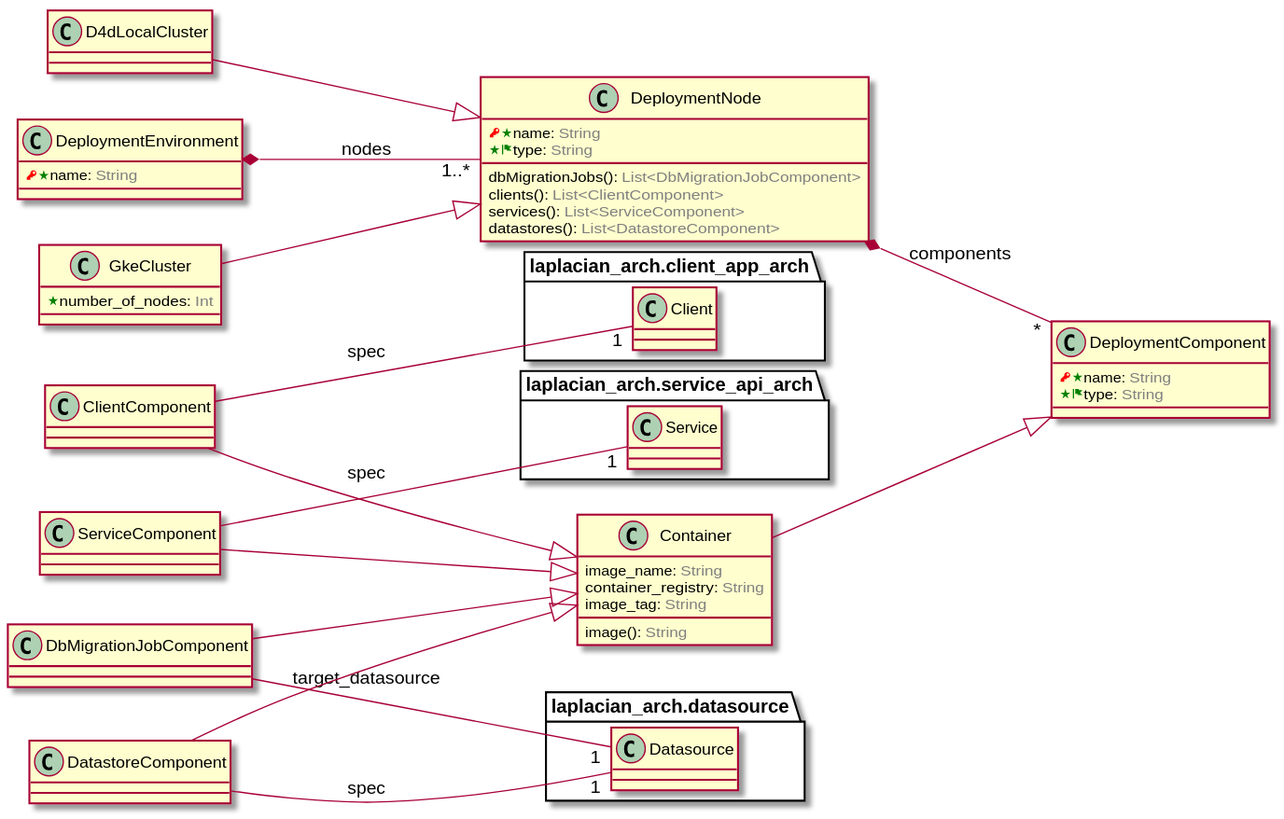
Before: doc/image/model-diagram.svg, a diagram exported from PlantUML (laplacian-arch/deployment.domain-model). Its diagram source:
```plantuml
@startuml
left to right direction

class DeploymentEnvironment {
  <color:RED><&key></color><color:Green><&star></color>name: <color:GRAY>String</color>
}






DeploymentEnvironment *-- "1..*" DeploymentNode : nodes



class ServiceComponent {
}

ServiceComponent --|> Container






package laplacian_arch.service_api_arch {
  class Service {
  }
}


ServiceComponent -- "1" Service : spec



class Container {
  image_name: <color:GRAY>String</color>
  container_registry: <color:GRAY>String</color>
  image_tag: <color:GRAY>String</color>
  image(): <color:GRAY>String</color>
}

Container --|> DeploymentComponent




class ClientComponent {
}

ClientComponent --|> Container






package laplacian_arch.client_app_arch {
  class Client {
  }
}


ClientComponent -- "1" Client : spec



class DbMigrationJobComponent {
}

DbMigrationJobComponent --|> Container






package laplacian_arch.datasource {
  class Datasource {
  }
}


DbMigrationJobComponent -- "1" Datasource : target_datasource



class DeploymentNode {
  <color:RED><&key></color><color:Green><&star></color>name: <color:GRAY>String</color>
  <color:Green><&star></color><color:GREEN><&flag></color>type: <color:GRAY>String</color>
  dbMigrationJobs(): <color:GRAY>List<DbMigrationJobComponent></color>
  clients(): <color:GRAY>List<ClientComponent></color>
  services(): <color:GRAY>List<ServiceComponent></color>
  datastores(): <color:GRAY>List<DatastoreComponent></color>
}






DeploymentNode *-- "*" DeploymentComponent : components



class DatastoreComponent {
}

DatastoreComponent --|> Container






package laplacian_arch.datasource {
  class Datasource {
  }
}


DatastoreComponent -- "1" Datasource : spec



class DeploymentComponent {
  <color:RED><&key></color><color:Green><&star></color>name: <color:GRAY>String</color>
  <color:Green><&star></color><color:GREEN><&flag></color>type: <color:GRAY>String</color>
}



class GkeCluster {
  <color:Green><&star></color>number_of_nodes: <color:GRAY>Int</color>
}

GkeCluster --|> DeploymentNode




class D4dLocalCluster {
}

D4dLocalCluster --|> DeploymentNode




@enduml
```
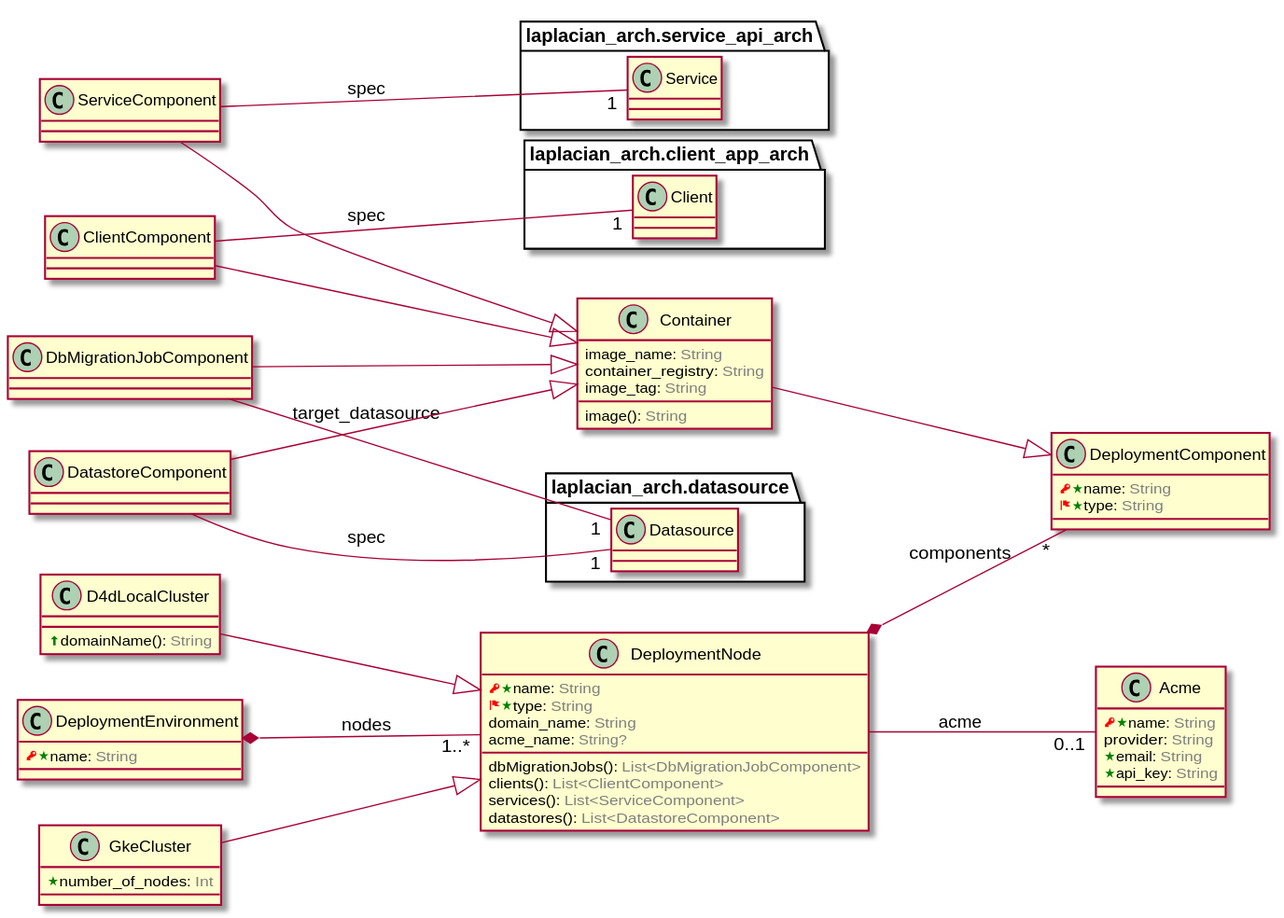
After the change.

Change to the diagram source:
```diff
@@ -88,7 +88,9 @@
 
 class DeploymentNode {
   <color:RED><&key></color><color:Green><&star></color>name: <color:GRAY>String</color>
-  <color:Green><&star></color><color:GREEN><&flag></color>type: <color:GRAY>String</color>
+  <color:RED><&flag></color><color:Green><&star></color>type: <color:GRAY>String</color>
+  domain_name: <color:GRAY>String</color>
+  acme_name: <color:GRAY>String?</color>
   dbMigrationJobs(): <color:GRAY>List<DbMigrationJobComponent></color>
   clients(): <color:GRAY>List<ClientComponent></color>
   services(): <color:GRAY>List<ServiceComponent></color>
@@ -101,6 +103,13 @@
 
 
 DeploymentNode *-- "*" DeploymentComponent : components
+
+
+
+
+
+
+DeploymentNode -- "0..1" Acme : acme
 
 
 
@@ -126,7 +135,7 @@
 
 class DeploymentComponent {
   <color:RED><&key></color><color:Green><&star></color>name: <color:GRAY>String</color>
-  <color:Green><&star></color><color:GREEN><&flag></color>type: <color:GRAY>String</color>
+  <color:RED><&flag></color><color:Green><&star></color>type: <color:GRAY>String</color>
 }
 
 
@@ -141,6 +150,7 @@
 
 
 class D4dLocalCluster {
+  <color:GREEN><&arrow-thick-top></color>domainName(): <color:GRAY>String</color>
 }
 
 D4dLocalCluster --|> DeploymentNode
@@ -148,4 +158,13 @@
 
 
 
+class Acme {
+  <color:RED><&key></color><color:Green><&star></color>name: <color:GRAY>String</color>
+  provider: <color:GRAY>String</color>
+  <color:Green><&star></color>email: <color:GRAY>String</color>
+  <color:Green><&star></color>api_key: <color:GRAY>String</color>
+}
+
+
+
 @enduml
```
